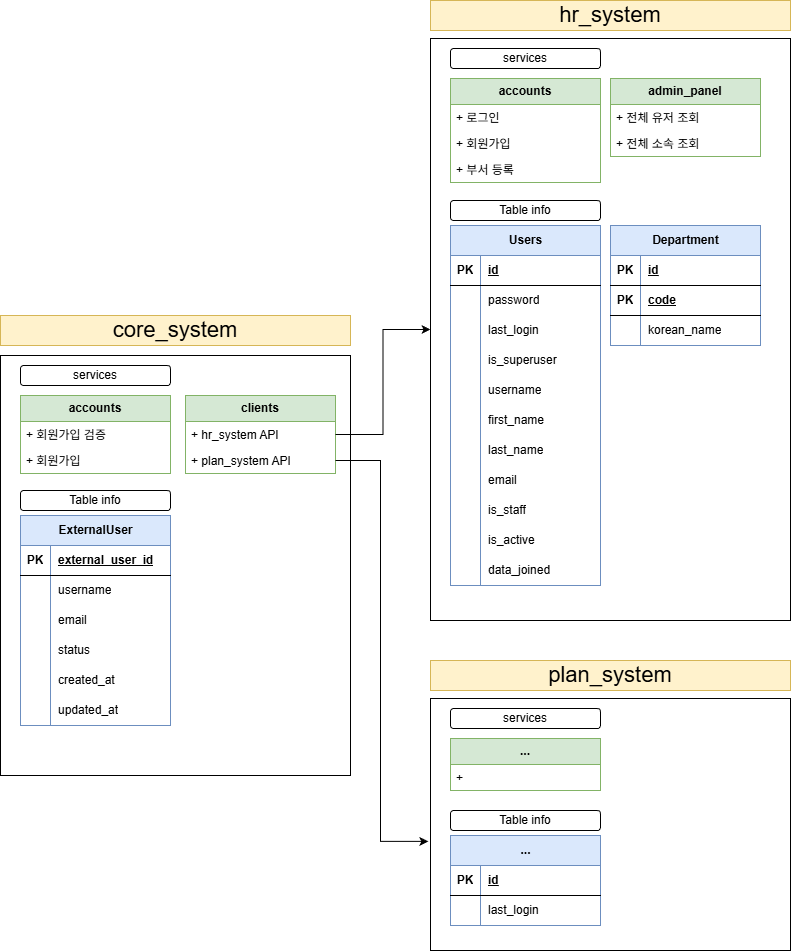
Above: public/images/scheduling_system.png in jeonghyeon0329/scheduling_backend (draw.io), before the change. Source tidied: cells renumbered, new cells last; positions are measured from the earlier drawing's top-left corner, leaving out a move shared by most shapes.
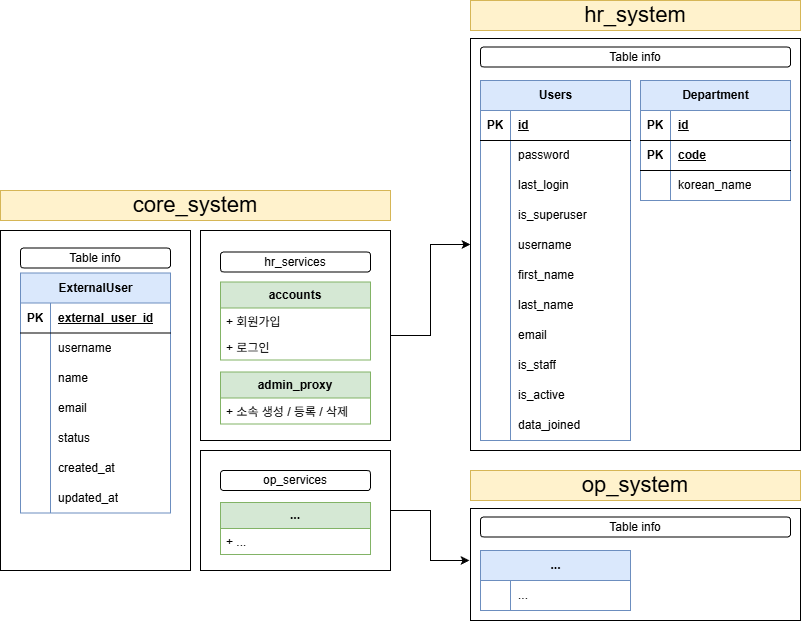
After the change.

Commit message:
fix : total image fit

The edit, as a diff of the source:
```diff
@@ -2,11 +2,17 @@
   <root>
     <mxCell id="0" />
     <mxCell id="1" parent="0" />
+    <mxCell id="101" style="verticalLabelPosition=bottom;verticalAlign=top;html=1;shape=mxgraph.basic.rect;fillColor2=none;strokeWidth=1;size=20;indent=5;" parent="1" vertex="1">
+      <mxGeometry x="-30" y="240" width="190" height="340" as="geometry" />
+    </mxCell>
+    <mxCell id="102" style="edgeStyle=orthogonalEdgeStyle;rounded=0;jettySize=auto;html=1;" parent="1" edge="1" source="2" target="31">
+      <mxGeometry relative="1" as="geometry" />
+    </mxCell>
     <mxCell id="2" style="verticalLabelPosition=bottom;verticalAlign=top;html=1;shape=mxgraph.basic.rect;fillColor2=none;strokeWidth=1;size=20;indent=5;" parent="1" vertex="1">
-      <mxGeometry y="355" width="350" height="420" as="geometry" />
+      <mxGeometry x="170" y="240" width="190" height="210" as="geometry" />
     </mxCell>
     <mxCell id="3" value="ExternalUser" style="shape=table;startSize=30;rowLines=0;fontStyle=1;align=center;html=1;fillColor=#dae8fc;strokeColor=#6c8ebf;" parent="1" vertex="1">
-      <mxGeometry x="20" y="515" width="150" height="210" as="geometry" />
+      <mxGeometry x="-10" y="282.5" width="150" height="240" as="geometry" />
     </mxCell>
     <mxCell id="4" style="shape=tableRow;horizontal=0;startSize=0;swimlaneHead=0;swimlaneBody=0;fillColor=none;top=0;left=0;right=0;bottom=1;" parent="3" vertex="1">
       <mxGeometry y="30" width="150" height="30" as="geometry" />
@@ -26,8 +32,17 @@
     <mxCell id="9" value="username" style="shape=partialRectangle;fillColor=none;top=0;left=0;bottom=0;right=0;align=left;spacingLeft=6;overflow=hidden;whiteSpace=wrap;html=1;" parent="7" vertex="1">
       <mxGeometry x="30" width="120" height="30" as="geometry" />
     </mxCell>
+    <mxCell id="103" style="shape=tableRow;horizontal=0;startSize=0;swimlaneHead=0;swimlaneBody=0;fillColor=none;top=0;left=0;right=0;bottom=0;" parent="3" vertex="1">
+      <mxGeometry y="90" width="150" height="30" as="geometry" />
+    </mxCell>
+    <mxCell id="104" style="shape=partialRectangle;fillColor=none;top=0;left=0;bottom=0;right=0;overflow=hidden;whiteSpace=wrap;html=1;" parent="103" vertex="1">
+      <mxGeometry width="30" height="30" as="geometry" />
+    </mxCell>
+    <mxCell id="105" value="name" style="shape=partialRectangle;fillColor=none;top=0;left=0;bottom=0;right=0;align=left;spacingLeft=6;overflow=hidden;whiteSpace=wrap;html=1;" parent="103" vertex="1">
+      <mxGeometry x="30" width="120" height="30" as="geometry" />
+    </mxCell>
     <mxCell id="10" style="shape=tableRow;horizontal=0;startSize=0;swimlaneHead=0;swimlaneBody=0;fillColor=none;top=0;left=0;right=0;bottom=0;" parent="3" vertex="1">
-      <mxGeometry y="90" width="150" height="30" as="geometry" />
+      <mxGeometry y="120" width="150" height="30" as="geometry" />
     </mxCell>
     <mxCell id="11" style="shape=partialRectangle;fillColor=none;top=0;left=0;bottom=0;right=0;overflow=hidden;whiteSpace=wrap;html=1;" parent="10" vertex="1">
       <mxGeometry width="30" height="30" as="geometry" />
@@ -36,7 +51,7 @@
       <mxGeometry x="30" width="120" height="30" as="geometry" />
     </mxCell>
     <mxCell id="13" style="shape=tableRow;horizontal=0;startSize=0;swimlaneHead=0;swimlaneBody=0;fillColor=none;top=0;left=0;right=0;bottom=0;" parent="3" vertex="1">
-      <mxGeometry y="120" width="150" height="30" as="geometry" />
+      <mxGeometry y="150" width="150" height="30" as="geometry" />
     </mxCell>
     <mxCell id="14" style="shape=partialRectangle;fillColor=none;top=0;left=0;bottom=0;right=0;overflow=hidden;whiteSpace=wrap;html=1;" parent="13" vertex="1">
       <mxGeometry width="30" height="30" as="geometry" />
@@ -45,7 +60,7 @@
       <mxGeometry x="30" width="120" height="30" as="geometry" />
     </mxCell>
     <mxCell id="16" style="shape=tableRow;horizontal=0;startSize=0;swimlaneHead=0;swimlaneBody=0;fillColor=none;top=0;left=0;right=0;bottom=0;" parent="3" vertex="1">
-      <mxGeometry y="150" width="150" height="30" as="geometry" />
+      <mxGeometry y="180" width="150" height="30" as="geometry" />
     </mxCell>
     <mxCell id="17" style="shape=partialRectangle;fillColor=none;top=0;left=0;bottom=0;right=0;overflow=hidden;whiteSpace=wrap;html=1;" parent="16" vertex="1">
       <mxGeometry width="30" height="30" as="geometry" />
@@ -54,7 +69,7 @@
       <mxGeometry x="30" width="120" height="30" as="geometry" />
     </mxCell>
     <mxCell id="19" style="shape=tableRow;horizontal=0;startSize=0;swimlaneHead=0;swimlaneBody=0;fillColor=none;top=0;left=0;right=0;bottom=0;" parent="3" vertex="1">
-      <mxGeometry y="180" width="150" height="30" as="geometry" />
+      <mxGeometry y="210" width="150" height="30" as="geometry" />
     </mxCell>
     <mxCell id="20" style="shape=partialRectangle;fillColor=none;top=0;left=0;bottom=0;right=0;overflow=hidden;whiteSpace=wrap;html=1;" parent="19" vertex="1">
       <mxGeometry width="30" height="30" as="geometry" />
@@ -63,37 +78,28 @@
       <mxGeometry x="30" width="120" height="30" as="geometry" />
     </mxCell>
     <mxCell id="22" value="&lt;b&gt;accounts&lt;/b&gt;" style="swimlane;fontStyle=0;horizontal=1;startSize=26;fillColor=#d5e8d4;whiteSpace=wrap;html=1;strokeColor=#82b366;" parent="1" vertex="1">
-      <mxGeometry x="20" y="395" width="150" height="78" as="geometry" />
+      <mxGeometry x="190" y="291.5" width="150" height="78" as="geometry" />
     </mxCell>
-    <mxCell id="23" value="+ 회원가입 검증" style="text;strokeColor=none;fillColor=none;align=left;verticalAlign=top;spacingLeft=4;spacingRight=4;overflow=hidden;whiteSpace=wrap;html=1;" parent="22" vertex="1">
+    <mxCell id="23" value="+ 회원가입" style="text;strokeColor=none;fillColor=none;align=left;verticalAlign=top;spacingLeft=4;spacingRight=4;overflow=hidden;whiteSpace=wrap;html=1;" parent="22" vertex="1">
       <mxGeometry y="26" width="150" height="26" as="geometry" />
     </mxCell>
-    <mxCell id="24" value="+ 회원가입" style="text;strokeColor=none;fillColor=none;align=left;verticalAlign=top;spacingLeft=4;spacingRight=4;overflow=hidden;whiteSpace=wrap;html=1;" parent="22" vertex="1">
-      <mxGeometry y="52" width="150" height="26" as="geometry" />
-    </mxCell>
-    <mxCell id="25" value="&lt;b&gt;clients&lt;/b&gt;" style="swimlane;fontStyle=0;horizontal=1;startSize=26;fillColor=#d5e8d4;whiteSpace=wrap;html=1;strokeColor=#82b366;" parent="1" vertex="1">
-      <mxGeometry x="185" y="395" width="150" height="78" as="geometry" />
-    </mxCell>
-    <mxCell id="26" value="+ hr_system API" style="text;strokeColor=none;fillColor=none;align=left;verticalAlign=top;spacingLeft=4;spacingRight=4;overflow=hidden;points=[[0,0.5],[1,0.5]];portConstraint=eastwest;whiteSpace=wrap;html=1;" parent="25" vertex="1">
-      <mxGeometry y="26" width="150" height="26" as="geometry" />
-    </mxCell>
-    <mxCell id="27" value="+ plan_system API" style="text;strokeColor=none;fillColor=none;align=left;verticalAlign=top;spacingLeft=4;spacingRight=4;overflow=hidden;points=[[0,0.5],[1,0.5]];portConstraint=eastwest;whiteSpace=wrap;html=1;" parent="25" vertex="1">
-      <mxGeometry y="52" width="150" height="26" as="geometry" />
-    </mxCell>
+    <mxCell id="67" value="+ 로그인" style="text;strokeColor=none;fillColor=none;align=left;verticalAlign=top;spacingLeft=4;spacingRight=4;overflow=hidden;whiteSpace=wrap;html=1;" parent="22" vertex="1">
+      <mxGeometry y="52" width="150" height="26" as="geometry" />
+    </mxCell>
-    <mxCell id="28" value="services" style="whiteSpace=wrap;html=1;rounded=1;" parent="1" vertex="1">
-      <mxGeometry x="20" y="365" width="150" height="20" as="geometry" />
+    <mxCell id="28" value="hr_services" style="whiteSpace=wrap;html=1;rounded=1;" parent="1" vertex="1">
+      <mxGeometry x="190" y="261.5" width="150" height="20" as="geometry" />
     </mxCell>
     <mxCell id="29" value="Table info" style="whiteSpace=wrap;html=1;rounded=1;" parent="1" vertex="1">
-      <mxGeometry x="20" y="490" width="150" height="20" as="geometry" />
+      <mxGeometry x="-10" y="257.5" width="150" height="20" as="geometry" />
     </mxCell>
     <mxCell id="30" value="core_system" style="whiteSpace=wrap;html=1;rounded=0;align=center;fontSize=22;fillColor=#fff2cc;strokeColor=#d6b656;" parent="1" vertex="1">
-      <mxGeometry y="315" width="350" height="30" as="geometry" />
+      <mxGeometry x="-30" y="200" width="390" height="30" as="geometry" />
     </mxCell>
     <mxCell id="31" style="verticalLabelPosition=bottom;verticalAlign=top;html=1;shape=mxgraph.basic.rect;fillColor2=none;strokeWidth=1;size=20;indent=5;" parent="1" vertex="1">
-      <mxGeometry x="430" y="38" width="360" height="582" as="geometry" />
+      <mxGeometry x="440" y="48" width="330" height="412" as="geometry" />
     </mxCell>
     <mxCell id="32" value="Users" style="shape=table;startSize=30;rowLines=0;fontStyle=1;align=center;html=1;fillColor=#dae8fc;strokeColor=#6c8ebf;" parent="1" vertex="1">
-      <mxGeometry x="450" y="225" width="150" height="360" as="geometry" />
+      <mxGeometry x="450" y="90" width="150" height="360" as="geometry" />
     </mxCell>
     <mxCell id="33" style="shape=tableRow;horizontal=0;startSize=0;swimlaneHead=0;swimlaneBody=0;fillColor=none;top=0;left=0;right=0;bottom=1;" parent="32" vertex="1">
       <mxGeometry y="30" width="150" height="30" as="geometry" />
@@ -194,38 +200,11 @@
     <mxCell id="65" value="data_joined" style="shape=partialRectangle;fillColor=none;top=0;left=0;bottom=0;right=0;align=left;spacingLeft=6;overflow=hidden;whiteSpace=wrap;html=1;" parent="63" vertex="1">
       <mxGeometry x="30" width="120" height="30" as="geometry" />
     </mxCell>
-    <mxCell id="66" value="&lt;b&gt;accounts&lt;/b&gt;" style="swimlane;fontStyle=0;horizontal=1;startSize=26;fillColor=#d5e8d4;whiteSpace=wrap;html=1;strokeColor=#82b366;" parent="1" vertex="1">
-      <mxGeometry x="450" y="78" width="150" height="104" as="geometry" />
-    </mxCell>
-    <mxCell id="67" value="+ 로그인" style="text;strokeColor=none;fillColor=none;align=left;verticalAlign=top;spacingLeft=4;spacingRight=4;overflow=hidden;whiteSpace=wrap;html=1;" parent="66" vertex="1">
-      <mxGeometry y="26" width="150" height="26" as="geometry" />
-    </mxCell>
-    <mxCell id="68" value="+ 회원가입" style="text;strokeColor=none;fillColor=none;align=left;verticalAlign=top;spacingLeft=4;spacingRight=4;overflow=hidden;whiteSpace=wrap;html=1;" parent="66" vertex="1">
-      <mxGeometry y="52" width="150" height="26" as="geometry" />
-    </mxCell>
-    <mxCell id="69" value="+ 부서 등록" style="text;strokeColor=none;fillColor=none;align=left;verticalAlign=top;spacingLeft=4;spacingRight=4;overflow=hidden;whiteSpace=wrap;html=1;" parent="66" vertex="1">
-      <mxGeometry y="78" width="150" height="26" as="geometry" />
-    </mxCell>
-    <mxCell id="70" value="&lt;b&gt;admin_panel&lt;/b&gt;" style="swimlane;fontStyle=0;horizontal=1;startSize=26;fillColor=#d5e8d4;whiteSpace=wrap;html=1;strokeColor=#82b366;" parent="1" vertex="1">
-      <mxGeometry x="610" y="78" width="150" height="78" as="geometry" />
-    </mxCell>
-    <mxCell id="71" value="+ 전체 유저 조회" style="text;strokeColor=none;fillColor=none;align=left;verticalAlign=top;spacingLeft=4;spacingRight=4;overflow=hidden;whiteSpace=wrap;html=1;" parent="70" vertex="1">
-      <mxGeometry y="26" width="150" height="26" as="geometry" />
-    </mxCell>
-    <mxCell id="72" value="+ 전체 소속 조회" style="text;strokeColor=none;fillColor=none;align=left;verticalAlign=top;spacingLeft=4;spacingRight=4;overflow=hidden;whiteSpace=wrap;html=1;" parent="70" vertex="1">
-      <mxGeometry y="52" width="150" height="26" as="geometry" />
-    </mxCell>
-    <mxCell id="73" value="services" style="whiteSpace=wrap;html=1;rounded=1;" parent="1" vertex="1">
-      <mxGeometry x="450" y="48" width="150" height="20" as="geometry" />
-    </mxCell>
     <mxCell id="74" value="Table info" style="whiteSpace=wrap;html=1;rounded=1;" parent="1" vertex="1">
-      <mxGeometry x="450" y="200" width="150" height="20" as="geometry" />
+      <mxGeometry x="450" y="56.5" width="310" height="20" as="geometry" />
     </mxCell>
-    <mxCell id="75" value="hr_system" style="whiteSpace=wrap;html=1;rounded=0;align=center;fontSize=22;fillColor=#fff2cc;strokeColor=#d6b656;" parent="1" vertex="1">
-      <mxGeometry x="430" width="360" height="30" as="geometry" />
-    </mxCell>
     <mxCell id="76" value="Department" style="shape=table;startSize=30;rowLines=0;fontStyle=1;align=center;html=1;fillColor=#dae8fc;strokeColor=#6c8ebf;" parent="1" vertex="1">
-      <mxGeometry x="610" y="225" width="150" height="120" as="geometry" />
+      <mxGeometry x="610" y="90" width="150" height="120" as="geometry" />
     </mxCell>
     <mxCell id="77" style="shape=tableRow;horizontal=0;startSize=0;swimlaneHead=0;swimlaneBody=0;fillColor=none;top=0;left=0;right=0;bottom=1;" parent="76" vertex="1">
       <mxGeometry y="30" width="150" height="30" as="geometry" />
@@ -254,55 +233,50 @@
     <mxCell id="85" value="korean_name" style="shape=partialRectangle;fillColor=none;top=0;left=0;bottom=0;right=0;align=left;spacingLeft=6;overflow=hidden;whiteSpace=wrap;html=1;" parent="83" vertex="1">
       <mxGeometry x="30" width="120" height="30" as="geometry" />
     </mxCell>
-    <mxCell id="86" style="verticalLabelPosition=bottom;verticalAlign=top;html=1;shape=mxgraph.basic.rect;fillColor2=none;strokeWidth=1;size=20;indent=5;" parent="1" vertex="1">
-      <mxGeometry x="430" y="698" width="360" height="252" as="geometry" />
-    </mxCell>
+    <mxCell id="75" value="hr_system" style="whiteSpace=wrap;html=1;rounded=0;align=center;fontSize=22;fillColor=#fff2cc;strokeColor=#d6b656;" parent="1" vertex="1">
+      <mxGeometry x="440" y="10" width="330" height="30" as="geometry" />
+    </mxCell>
+    <mxCell id="106" value="&lt;b&gt;admin_proxy&lt;/b&gt;" style="swimlane;fontStyle=0;horizontal=1;startSize=26;fillColor=#d5e8d4;whiteSpace=wrap;html=1;strokeColor=#82b366;" parent="1" vertex="1">
+      <mxGeometry x="190" y="381.5" width="150" height="52" as="geometry" />
+    </mxCell>
+    <mxCell id="107" value="+ 소속 생성 / 등록 / 삭제" style="text;strokeColor=none;fillColor=none;align=left;verticalAlign=top;spacingLeft=4;spacingRight=4;overflow=hidden;whiteSpace=wrap;html=1;" parent="106" vertex="1">
+      <mxGeometry y="26" width="150" height="26" as="geometry" />
+    </mxCell>
+    <mxCell id="108" style="edgeStyle=orthogonalEdgeStyle;rounded=0;jettySize=auto;html=1;entryX=-0.003;entryY=0.464;entryDx=0;entryDy=0;entryPerimeter=0;" parent="1" edge="1" source="109" target="112">
+      <mxGeometry relative="1" as="geometry" />
+    </mxCell>
+    <mxCell id="109" style="verticalLabelPosition=bottom;verticalAlign=top;html=1;shape=mxgraph.basic.rect;fillColor2=none;strokeWidth=1;size=20;indent=5;" parent="1" vertex="1">
+      <mxGeometry x="170" y="460" width="190" height="120" as="geometry" />
+    </mxCell>
+    <mxCell id="110" value="op_services" style="whiteSpace=wrap;html=1;rounded=1;" parent="1" vertex="1">
+      <mxGeometry x="190" y="480" width="150" height="20" as="geometry" />
+    </mxCell>
+    <mxCell id="94" value="&lt;b&gt;...&lt;/b&gt;" style="swimlane;fontStyle=0;horizontal=1;startSize=26;fillColor=#d5e8d4;whiteSpace=wrap;html=1;strokeColor=#82b366;" parent="1" vertex="1">
+      <mxGeometry x="190" y="512" width="150" height="52" as="geometry" />
+    </mxCell>
+    <mxCell id="111" value="+ ..." style="text;strokeColor=none;fillColor=none;align=left;verticalAlign=top;spacingLeft=4;spacingRight=4;overflow=hidden;whiteSpace=wrap;html=1;" parent="94" vertex="1">
+      <mxGeometry y="26" width="150" height="26" as="geometry" />
+    </mxCell>
+    <mxCell id="112" style="verticalLabelPosition=bottom;verticalAlign=top;html=1;shape=mxgraph.basic.rect;fillColor2=none;strokeWidth=1;size=20;indent=5;" parent="1" vertex="1">
+      <mxGeometry x="440" y="518" width="330" height="112" as="geometry" />
+    </mxCell>
+    <mxCell id="97" value="Table info" style="whiteSpace=wrap;html=1;rounded=1;" parent="1" vertex="1">
+      <mxGeometry x="450" y="526.5" width="310" height="20" as="geometry" />
+    </mxCell>
     <mxCell id="87" value="..." style="shape=table;startSize=30;rowLines=0;fontStyle=1;align=center;html=1;fillColor=#dae8fc;strokeColor=#6c8ebf;" parent="1" vertex="1">
-      <mxGeometry x="450" y="835" width="150" height="90" as="geometry" />
+      <mxGeometry x="450" y="560" width="150" height="60" as="geometry" />
     </mxCell>
-    <mxCell id="88" style="shape=tableRow;horizontal=0;startSize=0;swimlaneHead=0;swimlaneBody=0;fillColor=none;top=0;left=0;right=0;bottom=1;" parent="87" vertex="1">
-      <mxGeometry y="30" width="150" height="30" as="geometry" />
-    </mxCell>
-    <mxCell id="89" value="PK" style="shape=partialRectangle;fillColor=none;top=0;left=0;bottom=0;right=0;fontStyle=1;overflow=hidden;whiteSpace=wrap;html=1;" parent="88" vertex="1">
-      <mxGeometry width="30" height="30" as="geometry" />
-    </mxCell>
-    <mxCell id="90" value="id" style="shape=partialRectangle;fillColor=none;top=0;left=0;bottom=0;right=0;align=left;spacingLeft=6;fontStyle=5;overflow=hidden;whiteSpace=wrap;html=1;" parent="88" vertex="1">
-      <mxGeometry x="30" width="120" height="30" as="geometry" />
-    </mxCell>
-    <mxCell id="91" style="shape=tableRow;horizontal=0;startSize=0;swimlaneHead=0;swimlaneBody=0;fillColor=none;top=0;left=0;right=0;bottom=0;" parent="87" vertex="1">
-      <mxGeometry y="60" width="150" height="30" as="geometry" />
-    </mxCell>
-    <mxCell id="92" style="shape=partialRectangle;fillColor=none;top=0;left=0;bottom=0;right=0;overflow=hidden;whiteSpace=wrap;html=1;" parent="91" vertex="1">
-      <mxGeometry width="30" height="30" as="geometry" />
-    </mxCell>
-    <mxCell id="93" value="last_login" style="shape=partialRectangle;fillColor=none;top=0;left=0;bottom=0;right=0;align=left;spacingLeft=6;overflow=hidden;whiteSpace=wrap;html=1;" parent="91" vertex="1">
-      <mxGeometry x="30" width="120" height="30" as="geometry" />
-    </mxCell>
-    <mxCell id="94" value="&lt;b&gt;...&lt;/b&gt;" style="swimlane;fontStyle=0;horizontal=1;startSize=26;fillColor=#d5e8d4;whiteSpace=wrap;html=1;strokeColor=#82b366;" parent="1" vertex="1">
-      <mxGeometry x="450" y="738" width="150" height="52" as="geometry" />
-    </mxCell>
-    <mxCell id="95" value="+&amp;nbsp;" style="text;strokeColor=none;fillColor=none;align=left;verticalAlign=top;spacingLeft=4;spacingRight=4;overflow=hidden;whiteSpace=wrap;html=1;" parent="94" vertex="1">
-      <mxGeometry y="26" width="150" height="26" as="geometry" />
-    </mxCell>
-    <mxCell id="96" value="services" style="whiteSpace=wrap;html=1;rounded=1;" parent="1" vertex="1">
-      <mxGeometry x="450" y="708" width="150" height="20" as="geometry" />
-    </mxCell>
-    <mxCell id="97" value="Table info" style="whiteSpace=wrap;html=1;rounded=1;" parent="1" vertex="1">
-      <mxGeometry x="450" y="810" width="150" height="20" as="geometry" />
-    </mxCell>
-    <mxCell id="98" value="plan_system" style="whiteSpace=wrap;html=1;rounded=0;align=center;fontSize=22;fillColor=#fff2cc;strokeColor=#d6b656;" parent="1" vertex="1">
-      <mxGeometry x="430" y="660" width="360" height="30" as="geometry" />
-    </mxCell>
-    <mxCell id="99" style="edgeStyle=orthogonalEdgeStyle;rounded=0;jettySize=auto;html=1;" parent="1" edge="1" source="26" target="31">
-      <mxGeometry relative="1" as="geometry" />
-    </mxCell>
-    <mxCell id="100" style="edgeStyle=orthogonalEdgeStyle;rounded=0;jettySize=auto;html=1;entryX=-0.006;entryY=0.567;entryDx=0;entryDy=0;entryPerimeter=0;" parent="1" edge="1" source="27" target="86">
-      <mxGeometry relative="1" as="geometry">
-        <Array as="points">
-          <mxPoint x="380" y="460" />
-          <mxPoint x="380" y="841" />
-        </Array>
-      </mxGeometry>
-    </mxCell>
+    <mxCell id="113" style="shape=tableRow;horizontal=0;startSize=0;swimlaneHead=0;swimlaneBody=0;fillColor=none;top=0;left=0;right=0;bottom=0;" parent="87" vertex="1">
+      <mxGeometry y="30" width="150" height="30" as="geometry" />
+    </mxCell>
+    <mxCell id="114" style="shape=partialRectangle;fillColor=none;top=0;left=0;bottom=0;right=0;overflow=hidden;whiteSpace=wrap;html=1;" parent="113" vertex="1">
+      <mxGeometry width="30" height="30" as="geometry" />
+    </mxCell>
+    <mxCell id="115" value="..." style="shape=partialRectangle;fillColor=none;top=0;left=0;bottom=0;right=0;align=left;spacingLeft=6;overflow=hidden;whiteSpace=wrap;html=1;" parent="113" vertex="1">
+      <mxGeometry x="30" width="120" height="30" as="geometry" />
+    </mxCell>
+    <mxCell id="116" value="op_system" style="whiteSpace=wrap;html=1;rounded=0;align=center;fontSize=22;fillColor=#fff2cc;strokeColor=#d6b656;" parent="1" vertex="1">
+      <mxGeometry x="440" y="480" width="330" height="30" as="geometry" />
+    </mxCell>
   </root>
 </mxGraphModel>
```
